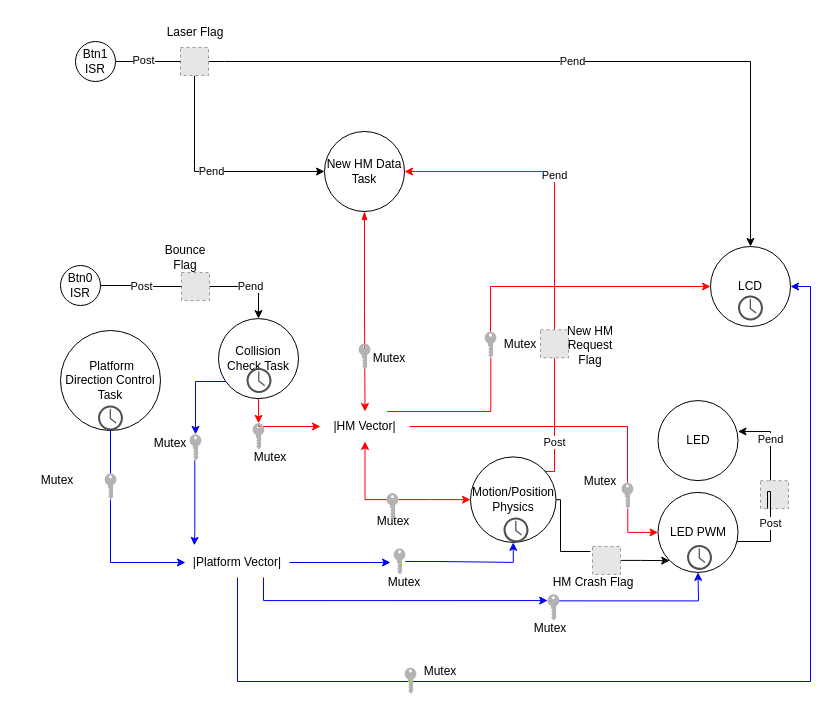
Above: Tommy_Ramirez_ECEN3753_HarkonnenPong.drawio.xml in thra6614/Tommy_Ramirez_ECEN3753_Project_HarkonnenPong (draw.io), before the change. Source tidied: cells renumbered, new cells numbered last; positions are measured from the earlier drawing's top-left corner, leaving out a move shared by most shapes. Both pictures are drawn from the tidied source at 100%, with x=0, y=0 at pixel (17, 17). Pictures stored in the file or linked from it are replaced by grey dashed boxes.
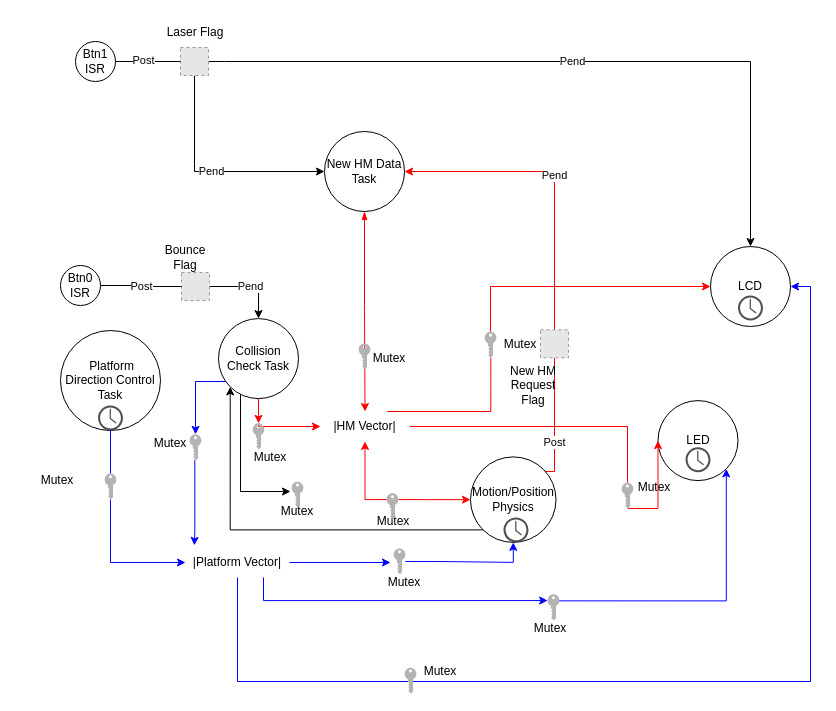
The same diagram, later.

Commit message (it also covers changes not shown here):
Final Code Submission

Unchanged cells that the change refers to:
```xml
<mxCell id="16" value="Motion/Position Physics" style="ellipse;whiteSpace=wrap;html=1;" parent="1" vertex="1">
  <mxGeometry x="453" y="439.4" width="85.5" height="85.5" as="geometry" />
</mxCell>
<mxCell id="18" value="LED" style="ellipse;whiteSpace=wrap;html=1;" parent="1" vertex="1">
  <mxGeometry x="640.5" y="383.1" width="80" height="80" as="geometry" />
</mxCell>
<mxCell id="22" value="Collision Check Task" style="ellipse;whiteSpace=wrap;html=1;" parent="1" vertex="1">
  <mxGeometry x="201" y="301.1" width="80" height="80" as="geometry" />
</mxCell>
<mxCell id="55" style="points=[[0,0.5,0],[0.24,0,0],[0.5,0.28,0],[0.995,0.475,0],[0.5,0.72,0],[0.24,1,0]];verticalLabelPosition=bottom;sketch=0;html=1;verticalAlign=top;align=center;shape=mxgraph.cisco19.key;fillColor=#B3B3B3;strokeColor=none;rotation=90;" parent="1" vertex="1">
  <mxGeometry x="523" y="584" width="26" height="11.7" as="geometry" />
</mxCell>
<mxCell id="61" style="points=[[0,0.5,0],[0.24,0,0],[0.5,0.28,0],[0.995,0.475,0],[0.5,0.72,0],[0.24,1,0]];verticalLabelPosition=bottom;sketch=0;html=1;verticalAlign=top;align=center;shape=mxgraph.cisco19.key;fillColor=#B3B3B3;strokeColor=none;rotation=90;" parent="1" vertex="1">
  <mxGeometry x="597" y="472.3" width="26" height="11.7" as="geometry" />
</mxCell>
```

What changed in the source:
```diff
@@
-    <mxCell id="15" style="edgeStyle=orthogonalEdgeStyle;rounded=0;jettySize=auto;html=1;entryX=0;entryY=1;entryDx=0;entryDy=0;startArrow=none;startFill=0;endArrow=classic;endFill=1;" parent="1" edge="1" source="74" target="53">
-      <mxGeometry relative="1" as="geometry" />
-    </mxCell>
+    <mxCell id="77" style="edgeStyle=orthogonalEdgeStyle;rounded=0;jettySize=auto;html=1;exitX=0;exitY=1;exitDx=0;exitDy=0;entryX=0;entryY=1;entryDx=0;entryDy=0;" parent="1" edge="1" source="16" target="22">
+      <mxGeometry relative="1" as="geometry" />
+    </mxCell>
@@
+    <mxCell id="78" style="edgeStyle=orthogonalEdgeStyle;rounded=0;jettySize=auto;html=1;" parent="1" edge="1" source="22">
+      <mxGeometry relative="1" as="geometry">
+        <mxPoint x="273" y="474" as="targetPoint" />
+        <Array as="points">
+          <mxPoint x="223" y="474" />
+        </Array>
+      </mxGeometry>
+    </mxCell>
@@
-    <mxCell id="24" style="edgeStyle=orthogonalEdgeStyle;rounded=0;jettySize=auto;html=1;exitX=0.25;exitY=1;exitDx=0;exitDy=0;startArrow=none;startFill=0;endArrow=classic;endFill=1;strokeColor=#0000FF;" parent="1" edge="1" source="55" target="53">
+    <mxCell id="24" style="edgeStyle=orthogonalEdgeStyle;rounded=0;jettySize=auto;html=1;exitX=0.25;exitY=1;exitDx=0;exitDy=0;startArrow=none;startFill=0;endArrow=classic;endFill=1;strokeColor=#0000FF;entryX=1;entryY=1;entryDx=0;entryDy=0;" parent="1" edge="1" source="55" target="18">
       <mxGeometry relative="1" as="geometry">
         <Array as="points">
-          <mxPoint x="681" y="583" />
+          <mxPoint x="709" y="583" />
         </Array>
       </mxGeometry>
     </mxCell>
@@
-    <mxCell id="44" style="edgeStyle=orthogonalEdgeStyle;rounded=0;jettySize=auto;html=1;exitX=0.995;exitY=0.475;exitDx=0;exitDy=0;entryX=0;entryY=0.5;entryDx=0;entryDy=0;startArrow=none;startFill=0;endArrow=classic;endFill=1;exitPerimeter=0;strokeColor=#FF0000;" parent="1" edge="1" source="61" target="53">
+    <mxCell id="44" style="edgeStyle=orthogonalEdgeStyle;rounded=0;jettySize=auto;html=1;exitX=0.995;exitY=0.475;exitDx=0;exitDy=0;entryX=0;entryY=0.5;entryDx=0;entryDy=0;startArrow=none;startFill=0;endArrow=classic;endFill=1;exitPerimeter=0;strokeColor=#FF0000;" parent="1" edge="1" source="61" target="18">
       <mxGeometry relative="1" as="geometry">
         <Array as="points">
-          <mxPoint x="610" y="515" />
+          <mxPoint x="641" y="491" />
         </Array>
       </mxGeometry>
     </mxCell>
@@
-    <mxCell id="52" value="Pend" style="edgeStyle=orthogonalEdgeStyle;rounded=0;jettySize=auto;html=1;startArrow=none;startFill=0;endArrow=classic;endFill=1;entryX=1;entryY=0.386;entryDx=0;entryDy=0;entryPerimeter=0;" parent="1" edge="1" source="58" target="18">
-      <mxGeometry relative="1" as="geometry">
-        <Array as="points">
-          <mxPoint x="753" y="414" />
-        </Array>
-      </mxGeometry>
-    </mxCell>
-    <mxCell id="53" value="LED PWM" style="ellipse;whiteSpace=wrap;html=1;" parent="1" vertex="1">
-      <mxGeometry x="640.5" y="474.9" width="80" height="80" as="geometry" />
-    </mxCell>
     <mxCell id="54" style="sketch=0;shadow=0;dashed=0;html=1;strokeColor=none;fillColor=#505050;labelPosition=center;verticalLabelPosition=bottom;verticalAlign=top;align=center;shape=mxgraph.office.concepts.clock;" parent="1" vertex="1">
-      <mxGeometry x="669.5" y="527.4" width="25" height="25" as="geometry" />
+      <mxGeometry x="668" y="429.7" width="25" height="25" as="geometry" />
     </mxCell>
@@
-    <mxCell id="58" style="fillColor=#E6E6E6;strokeColor=#999999;dashed=1;html=1;verticalAlign=top;verticalLabelPosition=bottom;labelBackgroundColor=#ffffff;" parent="1" vertex="1">
-      <mxGeometry x="743" y="463.2" width="28" height="28" as="geometry" />
-    </mxCell>
-    <mxCell id="59" value="Post" style="edgeStyle=orthogonalEdgeStyle;rounded=0;jettySize=auto;html=1;startArrow=none;startFill=0;endArrow=none;endFill=1;entryX=0.25;entryY=1;entryDx=0;entryDy=0;" parent="1" edge="1" source="53" target="58">
-      <mxGeometry relative="1" as="geometry">
-        <Array as="points">
-          <mxPoint x="753" y="524" />
-          <mxPoint x="753" y="474" />
-          <mxPoint x="750" y="474" />
-        </Array>
-      </mxGeometry>
-    </mxCell>
     <mxCell id="60" value="Mutex" style="text;html=1;strokeColor=none;fillColor=none;align=center;verticalAlign=middle;whiteSpace=wrap;rounded=0;" parent="1" vertex="1">
-      <mxGeometry x="543" y="448.5" width="80" height="30" as="geometry" />
+      <mxGeometry x="597" y="454.7" width="80" height="30" as="geometry" />
     </mxCell>
@@
     <mxCell id="69" value="New HM Request Flag" style="text;html=1;strokeColor=none;fillColor=none;align=center;verticalAlign=middle;whiteSpace=wrap;rounded=0;" parent="1" vertex="1">
-      <mxGeometry x="543" y="313" width="60" height="30" as="geometry" />
+      <mxGeometry x="486" y="353.1" width="60" height="30" as="geometry" />
     </mxCell>
@@
-    <mxCell id="72" style="sketch=0;shadow=0;dashed=0;html=1;strokeColor=none;fillColor=#505050;labelPosition=center;verticalLabelPosition=bottom;verticalAlign=top;align=center;shape=mxgraph.office.concepts.clock;" parent="1" vertex="1">
-      <mxGeometry x="229" y="350.5" width="25" height="25" as="geometry" />
-    </mxCell>
@@
-    <mxCell id="74" style="fillColor=#E6E6E6;strokeColor=#999999;dashed=1;html=1;verticalAlign=top;verticalLabelPosition=bottom;labelBackgroundColor=#ffffff;" parent="1" vertex="1">
-      <mxGeometry x="575" y="528.9" width="28" height="28" as="geometry" />
-    </mxCell>
-    <mxCell id="75" style="edgeStyle=orthogonalEdgeStyle;rounded=0;jettySize=auto;html=1;startArrow=none;startFill=0;endArrow=none;endFill=1;" parent="1" edge="1" source="16">
-      <mxGeometry relative="1" as="geometry">
-        <mxPoint x="573" y="534" as="targetPoint" />
-        <Array as="points">
-          <mxPoint x="543" y="482" />
-          <mxPoint x="543" y="534" />
-        </Array>
-      </mxGeometry>
-    </mxCell>
-    <mxCell id="76" value="HM Crash Flag" style="text;html=1;strokeColor=none;fillColor=none;align=center;verticalAlign=middle;whiteSpace=wrap;rounded=0;" parent="1" vertex="1">
-      <mxGeometry x="523" y="549.9" width="106" height="30" as="geometry" />
-    </mxCell>
+    <mxCell id="79" style="verticalLabelPosition=bottom;sketch=0;html=1;verticalAlign=top;align=center;shape=mxgraph.cisco19.key;fillColor=#B3B3B3;strokeColor=none;rotation=90;" parent="1" vertex="1">
+      <mxGeometry x="267" y="471.3" width="26" height="11.7" as="geometry" />
+    </mxCell>
+    <mxCell id="80" value="Mutex" style="text;html=1;strokeColor=none;fillColor=none;align=center;verticalAlign=middle;whiteSpace=wrap;rounded=0;" parent="1" vertex="1">
+      <mxGeometry x="240" y="478.5" width="80" height="30" as="geometry" />
+    </mxCell>
```
